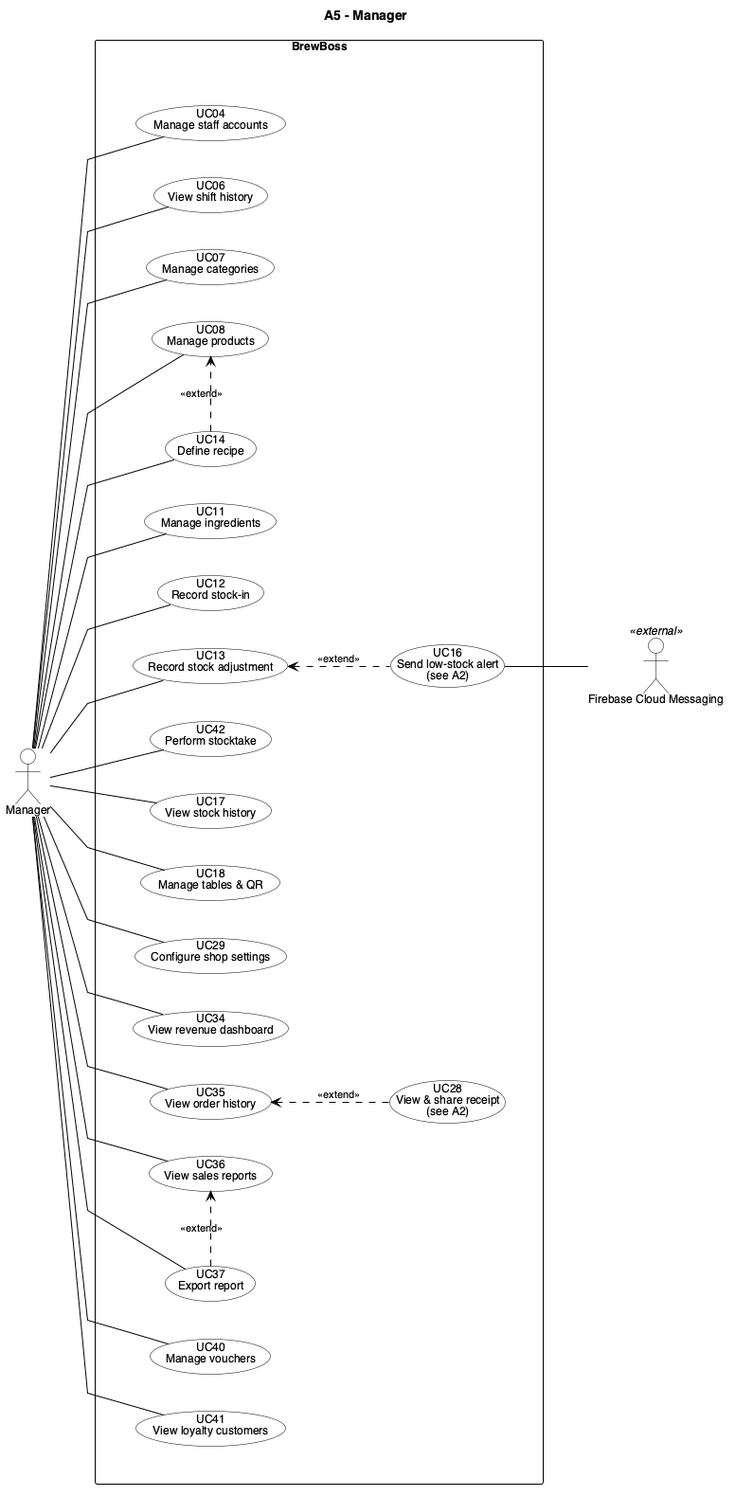
Earlier version of the PlantUML export docs/diagrams/images/BB_A5_Manager.png (huytran303/CafeManagementSystem). The source it was exported from:
```plantuml
@startuml BB_A5_Manager
left to right direction
skinparam linetype polyline
skinparam nodesep 40
skinparam ranksep 60
skinparam backgroundColor White
skinparam shadowing false
skinparam defaultFontName Helvetica
skinparam defaultFontSize 12
skinparam ArrowColor Black
skinparam ArrowFontSize 11
skinparam actor {
  BackgroundColor White
  BorderColor Black
}
skinparam usecase {
  BackgroundColor White
  BorderColor Black
}
skinparam rectangle {
  BackgroundColor White
  BorderColor Black
}
skinparam package {
  BackgroundColor White
  BorderColor Black
}
skinparam rectangle<<inner>> {
  BorderColor Transparent
  FontColor Transparent
}
hide <<inner>> stereotype

title A5 - Manager
actor "Manager" as MGR
actor "Firebase Cloud Messaging" as FCM <<external>>

rectangle "BrewBoss" {
  rectangle " " <<inner>> {
    usecase "UC04\nManage staff accounts" as UC04
    usecase "UC06\nView shift history" as UC06
    usecase "UC07\nManage categories" as UC07
    usecase "UC08\nManage products" as UC08
    usecase "UC14\nDefine recipe" as UC14
    usecase "UC11\nManage ingredients" as UC11
    usecase "UC12\nRecord stock-in" as UC12
    usecase "UC13\nRecord stock adjustment" as UC13
    usecase "UC42\nPerform stocktake" as UC42
    usecase "UC17\nView stock history" as UC17
    usecase "UC18\nManage tables & QR" as UC18
    usecase "UC29\nConfigure shop settings" as UC29
    usecase "UC34\nView revenue dashboard" as UC34
    usecase "UC35\nView order history" as UC35
    usecase "UC36\nView sales reports" as UC36
    usecase "UC37\nExport report" as UC37
    usecase "UC40\nManage vouchers" as UC40
    usecase "UC41\nView loyalty customers" as UC41
    usecase "UC16\nSend low-stock alert\n(see A2)" as UC16
    usecase "UC28\nView & share receipt\n(see A2)" as UC28
  }
}

MGR -- UC04
MGR -- UC06
MGR -- UC07
MGR -- UC08
MGR -- UC14
MGR -- UC11
MGR -- UC12
MGR -- UC13
MGR -- UC42
MGR -- UC17
MGR -- UC18
MGR -- UC29
MGR -- UC34
MGR -- UC35
MGR -- UC36
MGR -- UC37
MGR -- UC40
MGR -- UC41

UC14 .[norank].> UC08 : <<extend>>
UC37 .[norank].> UC36 : <<extend>>
UC13 <.. UC16 : <<extend>>
UC35 <.. UC28 : <<extend>>
UC16 -- FCM
@enduml
```
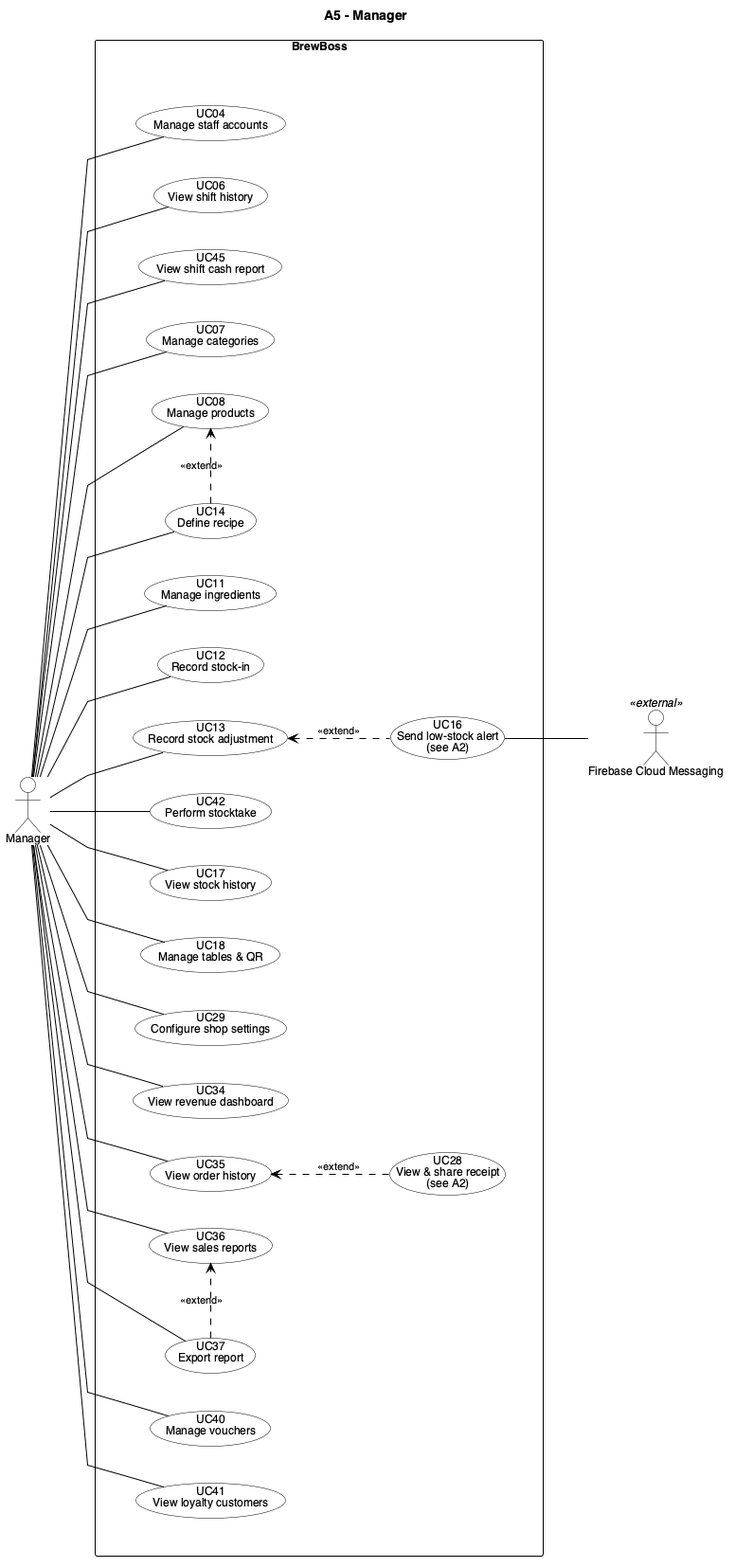
After the commit.

What changed in the source:
```diff
@@ -39,6 +39,7 @@
   rectangle " " <<inner>> {
     usecase "UC04\nManage staff accounts" as UC04
     usecase "UC06\nView shift history" as UC06
+    usecase "UC45\nView shift cash report" as UC45
     usecase "UC07\nManage categories" as UC07
     usecase "UC08\nManage products" as UC08
     usecase "UC14\nDefine recipe" as UC14
@@ -62,6 +63,7 @@
 
 MGR -- UC04
 MGR -- UC06
+MGR -- UC45
 MGR -- UC07
 MGR -- UC08
 MGR -- UC14
```
